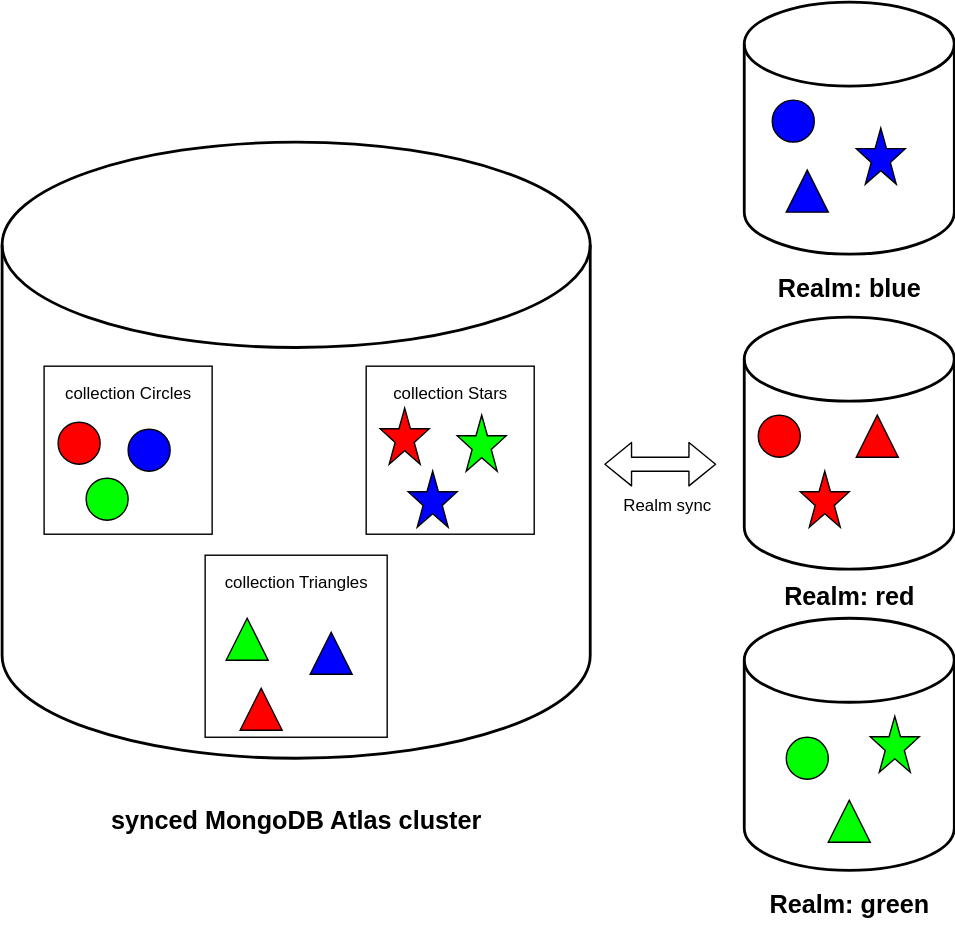
mongodb/docs-realm keeps this draw.io diagram as source/images/partitioning.svg. Above is the earlier version. Source tidied: cells renumbered, new cells last; positions are measured from the earlier drawing's top-left corner, leaving out a move shared by most shapes.
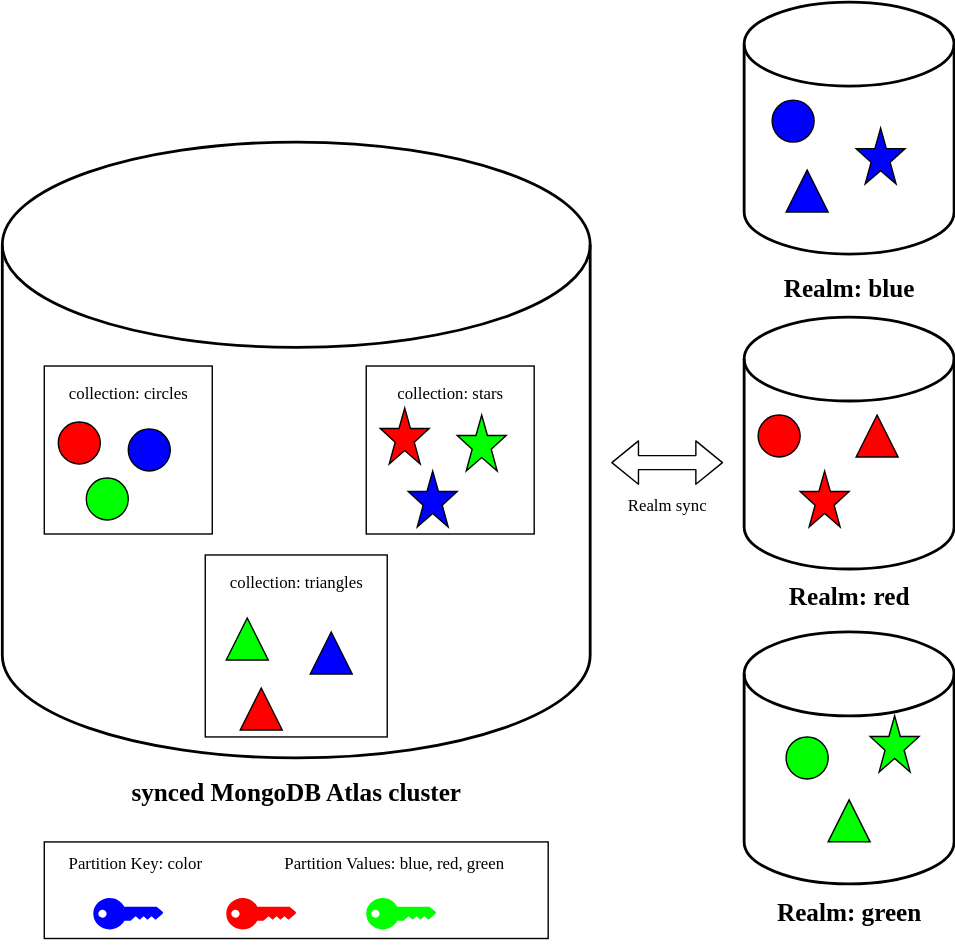
Above is the later version.

Change to the diagram source:
```diff
@@ -2,110 +2,128 @@
   <root>
     <mxCell id="0" />
     <mxCell id="1" parent="0" />
-    <mxCell id="2" value="&lt;div align=&quot;center&quot;&gt;&lt;br&gt;&lt;/div&gt;" style="strokeWidth=2;html=1;shape=mxgraph.flowchart.database;whiteSpace=wrap;align=center;" parent="1" vertex="1">
+    <mxCell id="2" value="&lt;div align=&quot;center&quot;&gt;&lt;br&gt;&lt;/div&gt;" style="strokeWidth=2;html=1;shape=mxgraph.flowchart.database;whiteSpace=wrap;align=center;fontFamily=Ubuntu Mono;FType=g;" parent="1" vertex="1">
       <mxGeometry y="100" width="420" height="440" as="geometry" />
     </mxCell>
-    <mxCell id="3" value="&lt;h2&gt;synced MongoDB Atlas cluster&lt;/h2&gt;" style="text;html=1;align=center;verticalAlign=middle;" parent="1" vertex="1">
-      <mxGeometry x="50" y="560" width="320" height="50" as="geometry" />
+    <mxCell id="3" value="&lt;h2&gt;synced MongoDB Atlas cluster&lt;/h2&gt;" style="text;html=1;align=center;verticalAlign=middle;fontFamily=Ubuntu Mono;FType=g;" parent="1" vertex="1">
+      <mxGeometry x="50" y="540" width="320" height="50" as="geometry" />
     </mxCell>
-    <mxCell id="4" value="&lt;div align=&quot;center&quot;&gt;&lt;br&gt;&lt;/div&gt;" style="strokeWidth=2;html=1;shape=mxgraph.flowchart.database;whiteSpace=wrap;align=center;" parent="1" vertex="1">
+    <mxCell id="4" value="&lt;div align=&quot;center&quot;&gt;&lt;br&gt;&lt;/div&gt;" style="strokeWidth=2;html=1;shape=mxgraph.flowchart.database;whiteSpace=wrap;align=center;fontFamily=Ubuntu Mono;FType=g;" parent="1" vertex="1">
       <mxGeometry x="530" width="150" height="180" as="geometry" />
     </mxCell>
-    <mxCell id="5" value="&lt;h2&gt;Realm: blue&lt;br&gt;&lt;/h2&gt;" style="text;html=1;align=center;verticalAlign=middle;" parent="1" vertex="1">
+    <mxCell id="5" value="&lt;h2&gt;Realm: blue&lt;br&gt;&lt;/h2&gt;" style="text;html=1;align=center;verticalAlign=middle;fontFamily=Ubuntu Mono;FType=g;" parent="1" vertex="1">
       <mxGeometry x="535" y="180" width="140" height="50" as="geometry" />
     </mxCell>
-    <mxCell id="6" value="&lt;div align=&quot;center&quot;&gt;&lt;br&gt;&lt;/div&gt;" style="strokeWidth=2;html=1;shape=mxgraph.flowchart.database;whiteSpace=wrap;align=center;" parent="1" vertex="1">
+    <mxCell id="6" value="&lt;div align=&quot;center&quot;&gt;&lt;br&gt;&lt;/div&gt;" style="strokeWidth=2;html=1;shape=mxgraph.flowchart.database;whiteSpace=wrap;align=center;fontFamily=Ubuntu Mono;FType=g;" parent="1" vertex="1">
       <mxGeometry x="530" y="225" width="150" height="180" as="geometry" />
     </mxCell>
-    <mxCell id="7" value="&lt;div align=&quot;center&quot;&gt;&lt;br&gt;&lt;/div&gt;" style="strokeWidth=2;html=1;shape=mxgraph.flowchart.database;whiteSpace=wrap;align=center;" parent="1" vertex="1">
-      <mxGeometry x="530" y="440" width="150" height="180" as="geometry" />
+    <mxCell id="7" value="&lt;div align=&quot;center&quot;&gt;&lt;br&gt;&lt;/div&gt;" style="strokeWidth=2;html=1;shape=mxgraph.flowchart.database;whiteSpace=wrap;align=center;fontFamily=Ubuntu Mono;FType=g;" parent="1" vertex="1">
+      <mxGeometry x="530" y="450" width="150" height="180" as="geometry" />
     </mxCell>
-    <mxCell id="8" value="&lt;h2&gt;Realm: red&lt;br&gt;&lt;/h2&gt;" style="text;html=1;align=center;verticalAlign=middle;" parent="1" vertex="1">
+    <mxCell id="8" value="&lt;h2&gt;Realm: red&lt;br&gt;&lt;/h2&gt;" style="text;html=1;align=center;verticalAlign=middle;fontFamily=Ubuntu Mono;FType=g;" parent="1" vertex="1">
       <mxGeometry x="540" y="400" width="130" height="50" as="geometry" />
     </mxCell>
-    <mxCell id="9" value="&lt;h2&gt;Realm: green&lt;br&gt;&lt;/h2&gt;" style="text;html=1;align=center;verticalAlign=middle;" parent="1" vertex="1">
-      <mxGeometry x="530" y="620" width="150" height="50" as="geometry" />
+    <mxCell id="9" value="&lt;h2&gt;Realm: green&lt;br&gt;&lt;/h2&gt;" style="text;html=1;align=center;verticalAlign=middle;fontFamily=Ubuntu Mono;FType=g;" parent="1" vertex="1">
+      <mxGeometry x="530" y="626.2" width="150" height="50" as="geometry" />
     </mxCell>
-    <mxCell id="10" value="&lt;div align=&quot;center&quot;&gt;&lt;br&gt;&lt;/div&gt;" style="whiteSpace=wrap;html=1;" parent="1" vertex="1">
+    <mxCell id="10" value="&lt;div align=&quot;center&quot;&gt;&lt;br&gt;&lt;/div&gt;" style="whiteSpace=wrap;html=1;fontFamily=Ubuntu Mono;FType=g;" parent="1" vertex="1">
       <mxGeometry x="30" y="260" width="120" height="120" as="geometry" />
     </mxCell>
-    <mxCell id="11" style="ellipse;whiteSpace=wrap;html=1;fillColor=#FF0000;" parent="1" vertex="1">
+    <mxCell id="11" style="ellipse;whiteSpace=wrap;html=1;fillColor=#FF0000;fontFamily=Ubuntu Mono;FType=g;" parent="1" vertex="1">
       <mxGeometry x="40" y="300" width="30" height="30" as="geometry" />
     </mxCell>
-    <mxCell id="12" value="collection Circles" style="text;html=1;align=center;verticalAlign=middle;" parent="1" vertex="1">
+    <mxCell id="12" value="collection: circles" style="text;html=1;align=center;verticalAlign=middle;fontFamily=Ubuntu Mono;FType=g;" parent="1" vertex="1">
       <mxGeometry x="30" y="270" width="120" height="20" as="geometry" />
     </mxCell>
-    <mxCell id="13" style="ellipse;whiteSpace=wrap;html=1;fillColor=#0000FF;" parent="1" vertex="1">
+    <mxCell id="13" style="ellipse;whiteSpace=wrap;html=1;fillColor=#0000FF;fontFamily=Ubuntu Mono;FType=g;" parent="1" vertex="1">
       <mxGeometry x="90" y="305" width="30" height="30" as="geometry" />
     </mxCell>
-    <mxCell id="14" style="ellipse;whiteSpace=wrap;html=1;fillColor=#00FF00;" parent="1" vertex="1">
+    <mxCell id="14" style="ellipse;whiteSpace=wrap;html=1;fillColor=#00FF00;fontFamily=Ubuntu Mono;FType=g;" parent="1" vertex="1">
       <mxGeometry x="60" y="340" width="30" height="30" as="geometry" />
     </mxCell>
-    <mxCell id="15" value="&lt;div align=&quot;center&quot;&gt;&lt;br&gt;&lt;/div&gt;" style="whiteSpace=wrap;html=1;" parent="1" vertex="1">
+    <mxCell id="15" value="&lt;div align=&quot;center&quot;&gt;&lt;br&gt;&lt;/div&gt;" style="whiteSpace=wrap;html=1;fontFamily=Ubuntu Mono;FType=g;" parent="1" vertex="1">
       <mxGeometry x="260" y="260" width="120" height="120" as="geometry" />
     </mxCell>
-    <mxCell id="16" value="&lt;div align=&quot;center&quot;&gt;&lt;br&gt;&lt;/div&gt;" style="whiteSpace=wrap;html=1;" parent="1" vertex="1">
+    <mxCell id="16" value="&lt;div align=&quot;center&quot;&gt;&lt;br&gt;&lt;/div&gt;" style="whiteSpace=wrap;html=1;fontFamily=Ubuntu Mono;FType=g;" parent="1" vertex="1">
       <mxGeometry x="145" y="395" width="130" height="130" as="geometry" />
     </mxCell>
-    <mxCell id="17" value="collection Triangles" style="text;html=1;align=center;verticalAlign=middle;" parent="1" vertex="1">
+    <mxCell id="17" value="collection: triangles" style="text;html=1;align=center;verticalAlign=middle;fontFamily=Ubuntu Mono;FType=g;" parent="1" vertex="1">
       <mxGeometry x="140" y="405" width="140" height="20" as="geometry" />
     </mxCell>
-    <mxCell id="18" value="collection Stars" style="text;html=1;align=center;verticalAlign=middle;" parent="1" vertex="1">
+    <mxCell id="18" value="collection: stars" style="text;html=1;align=center;verticalAlign=middle;fontFamily=Ubuntu Mono;FType=g;" parent="1" vertex="1">
       <mxGeometry x="265" y="270" width="110" height="20" as="geometry" />
     </mxCell>
-    <mxCell id="19" style="verticalLabelPosition=bottom;verticalAlign=top;html=1;shape=mxgraph.basic.acute_triangle;dx=0.5;fillColor=#00FF00;" parent="1" vertex="1">
+    <mxCell id="19" style="verticalLabelPosition=bottom;verticalAlign=top;html=1;shape=mxgraph.basic.acute_triangle;dx=0.5;fillColor=#00FF00;fontFamily=Ubuntu Mono;FType=g;" parent="1" vertex="1">
       <mxGeometry x="160" y="440" width="30" height="30" as="geometry" />
     </mxCell>
-    <mxCell id="20" style="verticalLabelPosition=bottom;verticalAlign=top;html=1;shape=mxgraph.basic.star;fillColor=#00FF00;" parent="1" vertex="1">
+    <mxCell id="20" style="verticalLabelPosition=bottom;verticalAlign=top;html=1;shape=mxgraph.basic.star;fillColor=#00FF00;fontFamily=Ubuntu Mono;FType=g;" parent="1" vertex="1">
       <mxGeometry x="325" y="295" width="35" height="40" as="geometry" />
     </mxCell>
-    <mxCell id="21" style="verticalLabelPosition=bottom;verticalAlign=top;html=1;shape=mxgraph.basic.star;fillColor=#0000FF;" parent="1" vertex="1">
+    <mxCell id="21" style="verticalLabelPosition=bottom;verticalAlign=top;html=1;shape=mxgraph.basic.star;fillColor=#0000FF;fontFamily=Ubuntu Mono;FType=g;" parent="1" vertex="1">
       <mxGeometry x="290" y="335" width="35" height="40" as="geometry" />
     </mxCell>
-    <mxCell id="22" style="verticalLabelPosition=bottom;verticalAlign=top;html=1;shape=mxgraph.basic.star;fillColor=#FF0000;" parent="1" vertex="1">
+    <mxCell id="22" style="verticalLabelPosition=bottom;verticalAlign=top;html=1;shape=mxgraph.basic.star;fillColor=#FF0000;fontFamily=Ubuntu Mono;FType=g;" parent="1" vertex="1">
       <mxGeometry x="270" y="290" width="35" height="40" as="geometry" />
     </mxCell>
-    <mxCell id="23" style="verticalLabelPosition=bottom;verticalAlign=top;html=1;shape=mxgraph.basic.acute_triangle;dx=0.5;fillColor=#0000FF;" parent="1" vertex="1">
+    <mxCell id="23" style="verticalLabelPosition=bottom;verticalAlign=top;html=1;shape=mxgraph.basic.acute_triangle;dx=0.5;fillColor=#0000FF;fontFamily=Ubuntu Mono;FType=g;" parent="1" vertex="1">
       <mxGeometry x="220" y="450" width="30" height="30" as="geometry" />
     </mxCell>
-    <mxCell id="24" style="verticalLabelPosition=bottom;verticalAlign=top;html=1;shape=mxgraph.basic.acute_triangle;dx=0.5;fillColor=#FF0000;" parent="1" vertex="1">
+    <mxCell id="24" style="verticalLabelPosition=bottom;verticalAlign=top;html=1;shape=mxgraph.basic.acute_triangle;dx=0.5;fillColor=#FF0000;fontFamily=Ubuntu Mono;FType=g;" parent="1" vertex="1">
       <mxGeometry x="170" y="490" width="30" height="30" as="geometry" />
     </mxCell>
-    <mxCell id="25" style="ellipse;whiteSpace=wrap;html=1;fillColor=#FF0000;" parent="1" vertex="1">
+    <mxCell id="25" style="ellipse;whiteSpace=wrap;html=1;fillColor=#FF0000;fontFamily=Ubuntu Mono;FType=g;" parent="1" vertex="1">
       <mxGeometry x="540" y="295" width="30" height="30" as="geometry" />
     </mxCell>
-    <mxCell id="26" style="verticalLabelPosition=bottom;verticalAlign=top;html=1;shape=mxgraph.basic.acute_triangle;dx=0.5;fillColor=#FF0000;" parent="1" vertex="1">
+    <mxCell id="26" style="verticalLabelPosition=bottom;verticalAlign=top;html=1;shape=mxgraph.basic.acute_triangle;dx=0.5;fillColor=#FF0000;fontFamily=Ubuntu Mono;FType=g;" parent="1" vertex="1">
       <mxGeometry x="610" y="295" width="30" height="30" as="geometry" />
     </mxCell>
-    <mxCell id="27" style="verticalLabelPosition=bottom;verticalAlign=top;html=1;shape=mxgraph.basic.star;fillColor=#FF0000;" parent="1" vertex="1">
+    <mxCell id="27" style="verticalLabelPosition=bottom;verticalAlign=top;html=1;shape=mxgraph.basic.star;fillColor=#FF0000;fontFamily=Ubuntu Mono;FType=g;" parent="1" vertex="1">
       <mxGeometry x="570" y="335" width="35" height="40" as="geometry" />
     </mxCell>
-    <mxCell id="28" style="ellipse;whiteSpace=wrap;html=1;fillColor=#00FF00;" parent="1" vertex="1">
+    <mxCell id="28" style="ellipse;whiteSpace=wrap;html=1;fillColor=#00FF00;fontFamily=Ubuntu Mono;FType=g;" parent="1" vertex="1">
       <mxGeometry x="560" y="525" width="30" height="30" as="geometry" />
     </mxCell>
-    <mxCell id="29" style="verticalLabelPosition=bottom;verticalAlign=top;html=1;shape=mxgraph.basic.star;fillColor=#00FF00;" parent="1" vertex="1">
+    <mxCell id="29" style="verticalLabelPosition=bottom;verticalAlign=top;html=1;shape=mxgraph.basic.star;fillColor=#00FF00;fontFamily=Ubuntu Mono;FType=g;" parent="1" vertex="1">
       <mxGeometry x="620" y="510" width="35" height="40" as="geometry" />
     </mxCell>
-    <mxCell id="30" style="verticalLabelPosition=bottom;verticalAlign=top;html=1;shape=mxgraph.basic.acute_triangle;dx=0.5;fillColor=#00FF00;" parent="1" vertex="1">
+    <mxCell id="30" style="verticalLabelPosition=bottom;verticalAlign=top;html=1;shape=mxgraph.basic.acute_triangle;dx=0.5;fillColor=#00FF00;fontFamily=Ubuntu Mono;FType=g;" parent="1" vertex="1">
       <mxGeometry x="590" y="570" width="30" height="30" as="geometry" />
     </mxCell>
-    <mxCell id="31" style="ellipse;whiteSpace=wrap;html=1;fillColor=#0000FF;" parent="1" vertex="1">
+    <mxCell id="31" style="ellipse;whiteSpace=wrap;html=1;fillColor=#0000FF;fontFamily=Ubuntu Mono;FType=g;" parent="1" vertex="1">
       <mxGeometry x="550" y="70" width="30" height="30" as="geometry" />
     </mxCell>
-    <mxCell id="32" style="verticalLabelPosition=bottom;verticalAlign=top;html=1;shape=mxgraph.basic.star;fillColor=#0000FF;" parent="1" vertex="1">
+    <mxCell id="32" style="verticalLabelPosition=bottom;verticalAlign=top;html=1;shape=mxgraph.basic.star;fillColor=#0000FF;fontFamily=Ubuntu Mono;FType=g;" parent="1" vertex="1">
       <mxGeometry x="610" y="90" width="35" height="40" as="geometry" />
     </mxCell>
-    <mxCell id="33" style="verticalLabelPosition=bottom;verticalAlign=top;html=1;shape=mxgraph.basic.acute_triangle;dx=0.5;fillColor=#0000FF;" parent="1" vertex="1">
+    <mxCell id="33" style="verticalLabelPosition=bottom;verticalAlign=top;html=1;shape=mxgraph.basic.acute_triangle;dx=0.5;fillColor=#0000FF;fontFamily=Ubuntu Mono;FType=g;" parent="1" vertex="1">
       <mxGeometry x="560" y="120" width="30" height="30" as="geometry" />
     </mxCell>
-    <mxCell id="34" style="shape=flexArrow;endArrow=classic;startArrow=classic;html=1;" parent="1" edge="1">
+    <mxCell id="34" style="shape=flexArrow;endArrow=classic;startArrow=classic;html=1;fontFamily=Ubuntu Mono;FType=g;" parent="1" edge="1">
       <mxGeometry relative="1" as="geometry">
-        <mxPoint x="430" y="330" as="sourcePoint" />
-        <mxPoint x="510" y="330" as="targetPoint" />
+        <mxPoint x="435" y="329" as="sourcePoint" />
+        <mxPoint x="515" y="329" as="targetPoint" />
       </mxGeometry>
     </mxCell>
-    <mxCell id="35" value="Realm sync" style="text;html=1;align=center;verticalAlign=middle;" parent="1" vertex="1">
+    <mxCell id="35" value="Realm sync" style="text;html=1;align=center;verticalAlign=middle;fontFamily=Ubuntu Mono;FType=g;" parent="1" vertex="1">
       <mxGeometry x="430" y="350" width="90" height="20" as="geometry" />
     </mxCell>
+    <mxCell id="36" style="verticalLabelPosition=bottom;html=1;verticalAlign=top;align=center;shape=mxgraph.cisco19.key;fillColor=#0000FF;strokeColor=none;fontFamily=Ubuntu Mono;FType=g;" parent="1" vertex="1">
+      <mxGeometry x="65" y="640" width="50" height="22.5" as="geometry" />
+    </mxCell>
+    <mxCell id="37" style="verticalLabelPosition=bottom;html=1;verticalAlign=top;align=center;shape=mxgraph.cisco19.key;fillColor=#FF0000;strokeColor=none;fontFamily=Ubuntu Mono;FType=g;" parent="1" vertex="1">
+      <mxGeometry x="160" y="640" width="50" height="22.5" as="geometry" />
+    </mxCell>
+    <mxCell id="38" style="verticalLabelPosition=bottom;html=1;verticalAlign=top;align=center;shape=mxgraph.cisco19.key;fillColor=#00FF00;strokeColor=none;fontFamily=Ubuntu Mono;FType=g;" parent="1" vertex="1">
+      <mxGeometry x="260" y="640" width="50" height="22.5" as="geometry" />
+    </mxCell>
+    <mxCell id="39" style="rounded=0;whiteSpace=wrap;html=1;fillColor=none;fontFamily=Ubuntu Mono;FType=g;" parent="1" vertex="1">
+      <mxGeometry x="30" y="600" width="360" height="69" as="geometry" />
+    </mxCell>
+    <mxCell id="40" value="Partition Key: color" style="text;html=1;align=center;verticalAlign=middle;fontFamily=Ubuntu Mono;FType=g;" parent="1" vertex="1">
+      <mxGeometry x="30" y="606.2" width="130" height="20" as="geometry" />
+    </mxCell>
+    <mxCell id="41" value="Partition Values: blue, red, green" style="text;html=1;align=center;verticalAlign=middle;fontFamily=Ubuntu Mono;FType=g;" parent="1" vertex="1">
+      <mxGeometry x="170" y="606.2" width="220" height="20" as="geometry" />
+    </mxCell>
   </root>
 </mxGraphModel>
```
